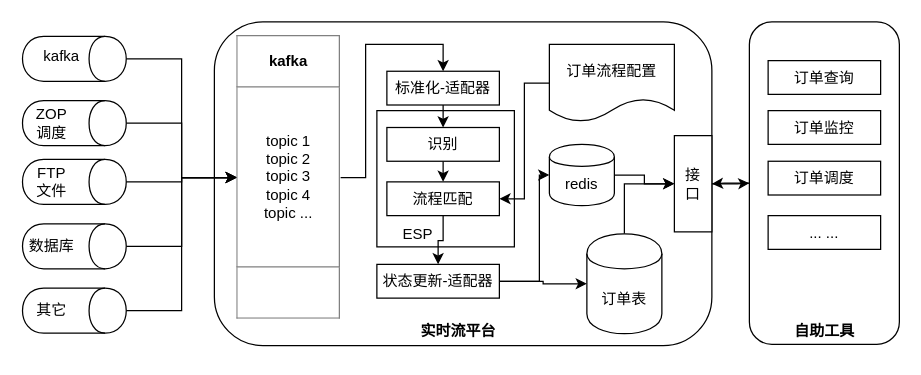
Above: page "第 2 页" (2 of 2) of 订单流程处理.drawio in fengjj/webmarket0.1 (draw.io), before the change. Source tidied: cells renumbered, new cells numbered last; positions are measured from the earlier drawing's top-left corner, leaving out a move shared by most shapes. Both pictures are drawn from the tidied source at 125%, with x=0, y=0 at pixel (26, 6).
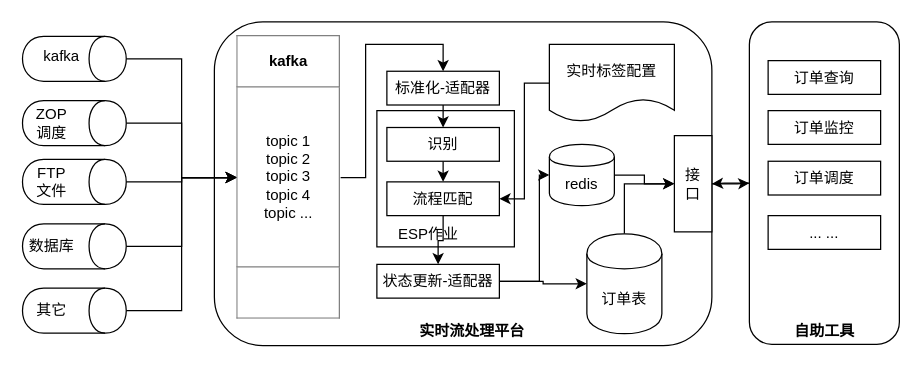
After the change.

Commit message:
更新订单流程处理.drawio

The edit, as a diff of the source:
```diff
@@
-    <mxCell id="29" value="订单流程配置" style="shape=document;whiteSpace=wrap;html=1;boundedLbl=1;" parent="1" vertex="1">
+    <mxCell id="29" value="实时标签配置" style="shape=document;whiteSpace=wrap;html=1;boundedLbl=1;" parent="1" vertex="1">
       <mxGeometry x="418" y="30" width="100" height="62" as="geometry" />
     </mxCell>
@@
-    <mxCell id="37" value="实时流平台" style="text;html=1;strokeColor=none;fillColor=none;align=center;verticalAlign=middle;whiteSpace=wrap;rounded=0;shadow=1;fontStyle=1;" parent="1" vertex="1">
-      <mxGeometry x="313" y="250" width="65" height="20" as="geometry" />
+    <mxCell id="37" value="实时流处理平台" style="text;html=1;strokeColor=none;fillColor=none;align=center;verticalAlign=middle;whiteSpace=wrap;rounded=0;shadow=1;fontStyle=1;" parent="1" vertex="1">
+      <mxGeometry x="313" y="250" width="87" height="20" as="geometry" />
     </mxCell>
@@
-    <mxCell id="46" value="ESP" style="text;html=1;strokeColor=none;fillColor=none;align=center;verticalAlign=middle;whiteSpace=wrap;rounded=0;" parent="1" vertex="1">
-      <mxGeometry x="293" y="172" width="40" height="20" as="geometry" />
+    <mxCell id="46" value="ESP作业" style="text;html=1;strokeColor=none;fillColor=none;align=center;verticalAlign=middle;whiteSpace=wrap;rounded=0;" parent="1" vertex="1">
+      <mxGeometry x="293" y="172" width="57" height="20" as="geometry" />
     </mxCell>
```
